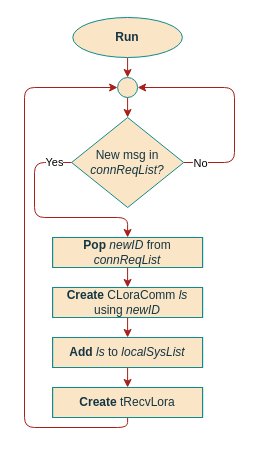
Above: page "run" (3 of 5) of documentation/flowcharts/Gateway/CGateway.drawio in ESRGgroup9/slipad (draw.io), before the change. Source tidied: cells renumbered, new cells numbered last; positions are measured from the earlier drawing's top-left corner, leaving out a move shared by most shapes. Both pictures are drawn from the tidied source at 100%, with x=0, y=0 at pixel (24, 17).
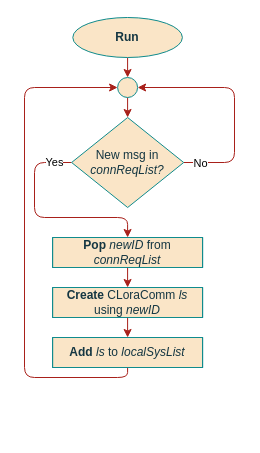
The same diagram, later.

The change refers to these unchanged cells:
```xml
<mxCell id="13" value="&lt;b&gt;Add &lt;/b&gt;&lt;i&gt;ls &lt;/i&gt;to &lt;i&gt;localSysList&lt;/i&gt; " style="shape=process;whiteSpace=wrap;html=1;backgroundOutline=1;rounded=0;sketch=0;fontColor=#143642;strokeColor=#0F8B8D;fillColor=#FAE5C7;size=0;" parent="1" vertex="1">
  <mxGeometry x="28.1" y="320" width="150" height="30" as="geometry" />
</mxCell>
<mxCell id="15" style="ellipse;whiteSpace=wrap;html=1;rounded=0;sketch=0;fontColor=#143642;strokeColor=#0F8B8D;fillColor=#FAE5C7;" parent="1" vertex="1">
  <mxGeometry x="93.1" y="60" width="20" height="20" as="geometry" />
</mxCell>
```

Change to the diagram source:
```diff
@@
-    <mxCell id="10" style="edgeStyle=orthogonalEdgeStyle;rounded=1;jettySize=auto;html=1;exitX=0.5;exitY=1;exitDx=0;exitDy=0;entryX=0;entryY=0.5;entryDx=0;entryDy=0;strokeColor=#A8201A;" parent="1" edge="1" source="11" target="15">
+    <mxCell id="10" style="edgeStyle=orthogonalEdgeStyle;rounded=1;jettySize=auto;html=1;exitX=0.5;exitY=1;exitDx=0;exitDy=0;entryX=0;entryY=0.5;entryDx=0;entryDy=0;strokeColor=#A8201A;" parent="1" edge="1" source="13" target="15">
       <mxGeometry relative="1" as="geometry">
         <Array as="points">
-          <mxPoint x="103" y="410" />
-          <mxPoint y="410" />
+          <mxPoint x="103" y="360" />
+          <mxPoint y="360" />
           <mxPoint y="70" />
         </Array>
       </mxGeometry>
     </mxCell>
-    <mxCell id="11" value="&lt;b&gt;Create&lt;/b&gt; tRecvLora" style="shape=process;whiteSpace=wrap;html=1;backgroundOutline=1;rounded=0;sketch=0;fontColor=#143642;strokeColor=#0F8B8D;fillColor=#FAE5C7;size=0;" parent="1" vertex="1">
-      <mxGeometry x="28.1" y="370" width="150" height="30" as="geometry" />
-    </mxCell>
-    <mxCell id="12" style="edgeStyle=orthogonalEdgeStyle;rounded=1;jettySize=auto;html=1;exitX=0.5;exitY=1;exitDx=0;exitDy=0;entryX=0.5;entryY=0;entryDx=0;entryDy=0;strokeColor=#A8201A;" parent="1" edge="1" source="13" target="11">
-      <mxGeometry relative="1" as="geometry" />
-    </mxCell>
```
